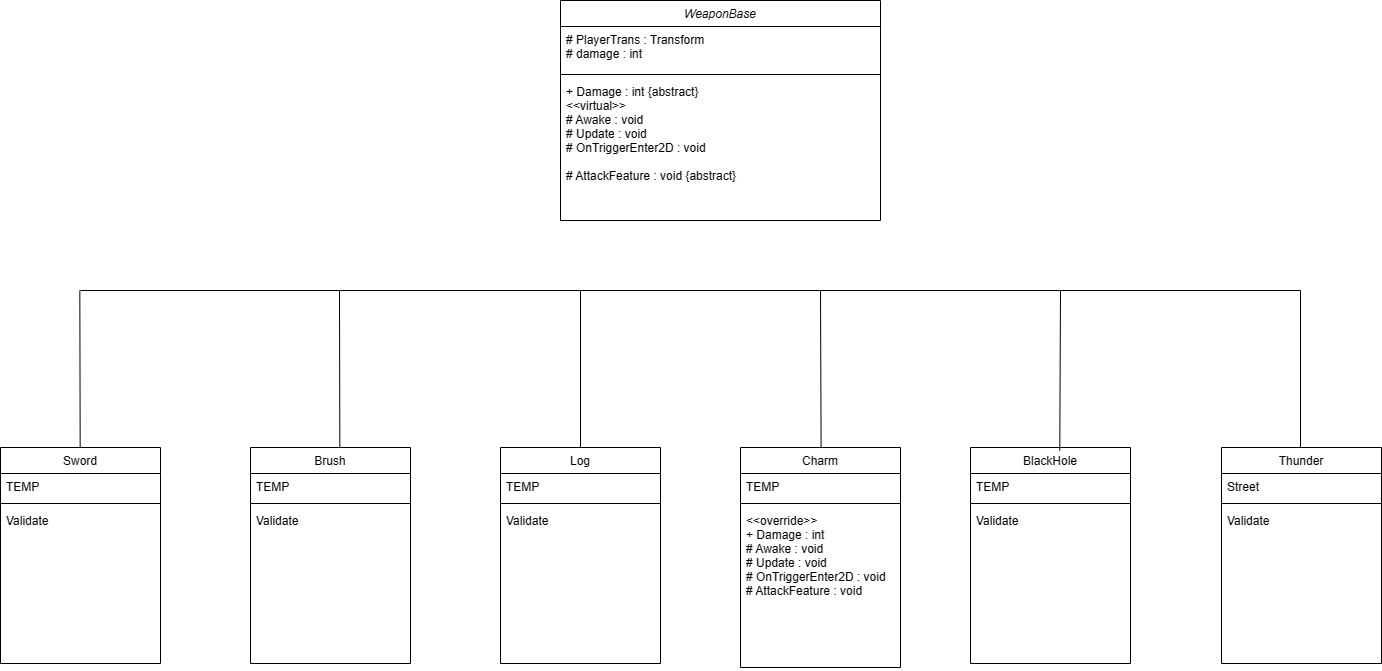
gdevhun/SBSAcademy_TeamProject keeps this draw.io diagram as WeaponBase.drawio.png. Above is the earlier version. Source tidied: cells renumbered, new cells last; positions are measured from the earlier drawing's top-left corner, leaving out a move shared by most shapes.
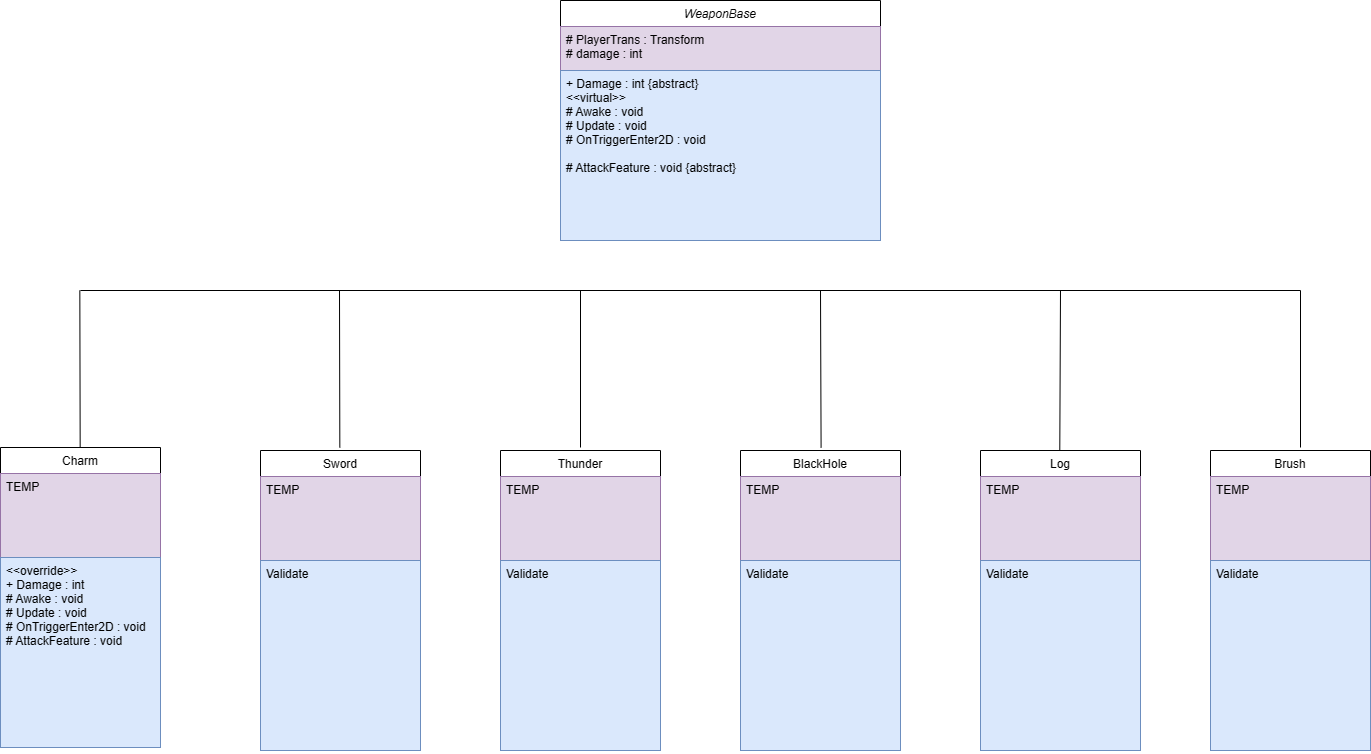
The same file after the commit.

The edit, as a diff of the source:
```diff
@@ -3,91 +3,32 @@
     <mxCell id="0" />
     <mxCell id="1" parent="0" />
     <mxCell id="2" value="WeaponBase" style="swimlane;fontStyle=2;align=center;verticalAlign=top;horizontal=1;startSize=26;rounded=0;shadow=0;strokeWidth=1;" parent="1" vertex="1">
-      <mxGeometry x="560" width="320" height="220" as="geometry" />
+      <mxGeometry x="560" width="320" height="240" as="geometry" />
     </mxCell>
-    <mxCell id="3" value="# PlayerTrans : Transform&#10;# damage : int" style="text;align=left;verticalAlign=top;spacingLeft=4;spacingRight=4;overflow=hidden;" parent="2" vertex="1">
+    <mxCell id="3" value="# PlayerTrans : Transform&#10;# damage : int" style="text;align=left;verticalAlign=top;spacingLeft=4;spacingRight=4;overflow=hidden;fillColor=#e1d5e7;strokeColor=#9673a6;" parent="2" vertex="1">
       <mxGeometry y="26" width="320" height="44" as="geometry" />
     </mxCell>
     <mxCell id="4" style="line;html=1;strokeWidth=1;align=left;verticalAlign=middle;spacingTop=-1;spacingLeft=3;spacingRight=3;labelPosition=right;" parent="2" vertex="1">
-      <mxGeometry y="70" width="320" height="8" as="geometry" />
+      <mxGeometry y="70" width="320" as="geometry" />
     </mxCell>
-    <mxCell id="5" value="+ Damage : int {abstract}&#10;&lt;&lt;virtual&gt;&gt;&#10;# Awake : void&#10;# Update : void&#10;# OnTriggerEnter2D : void&#10;&#10;# AttackFeature : void {abstract}" style="text;align=left;verticalAlign=top;spacingLeft=4;spacingRight=4;overflow=hidden;" parent="2" vertex="1">
-      <mxGeometry y="78" width="320" height="108" as="geometry" />
+    <mxCell id="5" value="+ Damage : int {abstract}&#10;&lt;&lt;virtual&gt;&gt;&#10;# Awake : void&#10;# Update : void&#10;# OnTriggerEnter2D : void&#10;&#10;# AttackFeature : void {abstract}" style="text;align=left;verticalAlign=top;spacingLeft=4;spacingRight=4;overflow=hidden;fillColor=#dae8fc;strokeColor=#6c8ebf;" parent="2" vertex="1">
+      <mxGeometry y="70" width="320" height="170" as="geometry" />
     </mxCell>
-    <mxCell id="6" value="Log" style="swimlane;fontStyle=0;align=center;verticalAlign=top;horizontal=1;startSize=26;rounded=0;shadow=0;strokeWidth=1;" parent="1" vertex="1">
-      <mxGeometry x="500" y="447" width="160" height="216" as="geometry" />
-    </mxCell>
-    <mxCell id="7" value="TEMP" style="text;align=left;verticalAlign=top;spacingLeft=4;spacingRight=4;overflow=hidden;" parent="6" vertex="1">
-      <mxGeometry y="26" width="160" height="26" as="geometry" />
-    </mxCell>
-    <mxCell id="8" style="line;html=1;strokeWidth=1;align=left;verticalAlign=middle;spacingTop=-1;spacingLeft=3;spacingRight=3;labelPosition=right;" parent="6" vertex="1">
-      <mxGeometry y="52" width="160" height="8" as="geometry" />
-    </mxCell>
-    <mxCell id="9" value="Validate" style="text;align=left;verticalAlign=top;spacingLeft=4;spacingRight=4;overflow=hidden;" parent="6" vertex="1">
-      <mxGeometry y="60" width="160" height="26" as="geometry" />
-    </mxCell>
-    <mxCell id="10" value="Brush" style="swimlane;fontStyle=0;align=center;verticalAlign=top;horizontal=1;startSize=26;rounded=0;shadow=0;strokeWidth=1;" parent="1" vertex="1">
-      <mxGeometry x="250" y="447" width="160" height="216" as="geometry" />
-    </mxCell>
-    <mxCell id="11" value="TEMP" style="text;align=left;verticalAlign=top;spacingLeft=4;spacingRight=4;overflow=hidden;" parent="10" vertex="1">
-      <mxGeometry y="26" width="160" height="26" as="geometry" />
-    </mxCell>
-    <mxCell id="12" style="line;html=1;strokeWidth=1;align=left;verticalAlign=middle;spacingTop=-1;spacingLeft=3;spacingRight=3;labelPosition=right;" parent="10" vertex="1">
-      <mxGeometry y="52" width="160" height="8" as="geometry" />
-    </mxCell>
-    <mxCell id="13" value="Validate" style="text;align=left;verticalAlign=top;spacingLeft=4;spacingRight=4;overflow=hidden;" parent="10" vertex="1">
-      <mxGeometry y="60" width="160" height="26" as="geometry" />
-    </mxCell>
-    <mxCell id="14" value="Sword" style="swimlane;fontStyle=0;align=center;verticalAlign=top;horizontal=1;startSize=26;rounded=0;shadow=0;strokeWidth=1;" parent="1" vertex="1">
-      <mxGeometry y="447" width="160" height="216" as="geometry" />
+    <mxCell id="14" value="Charm" style="swimlane;fontStyle=0;align=center;verticalAlign=top;horizontal=1;startSize=26;rounded=0;shadow=0;strokeWidth=1;" parent="1" vertex="1">
+      <mxGeometry y="447" width="160" height="300" as="geometry" />
     </mxCell>
-    <mxCell id="15" value="TEMP" style="text;align=left;verticalAlign=top;spacingLeft=4;spacingRight=4;overflow=hidden;" parent="14" vertex="1">
-      <mxGeometry y="26" width="160" height="26" as="geometry" />
+    <mxCell id="15" value="TEMP" style="text;align=left;verticalAlign=top;spacingLeft=4;spacingRight=4;overflow=hidden;fillColor=#e1d5e7;strokeColor=#9673a6;" parent="14" vertex="1">
+      <mxGeometry y="26" width="160" height="84" as="geometry" />
     </mxCell>
-    <mxCell id="16" style="line;html=1;strokeWidth=1;align=left;verticalAlign=middle;spacingTop=-1;spacingLeft=3;spacingRight=3;labelPosition=right;" parent="14" vertex="1">
-      <mxGeometry y="52" width="160" height="8" as="geometry" />
+    <mxCell id="16" style="line;html=1;strokeWidth=1;align=left;verticalAlign=middle;spacingTop=-1;spacingLeft=3;spacingRight=3;labelPosition=right;fillColor=default;" parent="14" vertex="1">
+      <mxGeometry y="110" width="160" as="geometry" />
     </mxCell>
-    <mxCell id="17" value="Validate" style="text;align=left;verticalAlign=top;spacingLeft=4;spacingRight=4;overflow=hidden;" parent="14" vertex="1">
-      <mxGeometry y="60" width="160" height="26" as="geometry" />
+    <mxCell id="17" value="&lt;&lt;override&gt;&gt;&#10;+ Damage : int &#10;# Awake : void&#10;# Update : void&#10;# OnTriggerEnter2D : void&#10;# AttackFeature : void" style="text;align=left;verticalAlign=top;spacingLeft=4;spacingRight=4;overflow=hidden;fillColor=#dae8fc;strokeColor=#6c8ebf;" parent="14" vertex="1">
+      <mxGeometry y="110" width="160" height="190" as="geometry" />
     </mxCell>
-    <mxCell id="18" value="Charm" style="swimlane;fontStyle=0;align=center;verticalAlign=top;horizontal=1;startSize=26;rounded=0;shadow=0;strokeWidth=1;" parent="1" vertex="1">
-      <mxGeometry x="740" y="447" width="160" height="220" as="geometry" />
-    </mxCell>
-    <mxCell id="19" value="TEMP" style="text;align=left;verticalAlign=top;spacingLeft=4;spacingRight=4;overflow=hidden;" parent="18" vertex="1">
-      <mxGeometry y="26" width="160" height="26" as="geometry" />
-    </mxCell>
-    <mxCell id="20" style="line;html=1;strokeWidth=1;align=left;verticalAlign=middle;spacingTop=-1;spacingLeft=3;spacingRight=3;labelPosition=right;" parent="18" vertex="1">
-      <mxGeometry y="52" width="160" height="8" as="geometry" />
-    </mxCell>
-    <mxCell id="21" value="&lt;&lt;override&gt;&gt;&#10;+ Damage : int &#10;# Awake : void&#10;# Update : void&#10;# OnTriggerEnter2D : void&#10;# AttackFeature : void" style="text;align=left;verticalAlign=top;spacingLeft=4;spacingRight=4;overflow=hidden;" parent="18" vertex="1">
-      <mxGeometry y="60" width="160" height="160" as="geometry" />
-    </mxCell>
-    <mxCell id="22" value="Thunder" style="swimlane;fontStyle=0;align=center;verticalAlign=top;horizontal=1;startSize=26;rounded=0;shadow=0;strokeWidth=1;" parent="1" vertex="1">
-      <mxGeometry x="1221" y="447" width="160" height="216" as="geometry" />
-    </mxCell>
-    <mxCell id="23" value="Street" style="text;align=left;verticalAlign=top;spacingLeft=4;spacingRight=4;overflow=hidden;" parent="22" vertex="1">
-      <mxGeometry y="26" width="160" height="26" as="geometry" />
-    </mxCell>
-    <mxCell id="24" style="line;html=1;strokeWidth=1;align=left;verticalAlign=middle;spacingTop=-1;spacingLeft=3;spacingRight=3;labelPosition=right;" parent="22" vertex="1">
-      <mxGeometry y="52" width="160" height="8" as="geometry" />
-    </mxCell>
-    <mxCell id="25" value="Validate" style="text;align=left;verticalAlign=top;spacingLeft=4;spacingRight=4;overflow=hidden;" parent="22" vertex="1">
-      <mxGeometry y="60" width="160" height="26" as="geometry" />
-    </mxCell>
-    <mxCell id="26" value="BlackHole" style="swimlane;fontStyle=0;align=center;verticalAlign=top;horizontal=1;startSize=26;rounded=0;shadow=0;strokeWidth=1;" parent="1" vertex="1">
-      <mxGeometry x="970" y="447" width="160" height="216" as="geometry" />
-    </mxCell>
-    <mxCell id="27" value="TEMP" style="text;align=left;verticalAlign=top;spacingLeft=4;spacingRight=4;overflow=hidden;" parent="26" vertex="1">
-      <mxGeometry y="26" width="160" height="26" as="geometry" />
-    </mxCell>
-    <mxCell id="28" style="line;html=1;strokeWidth=1;align=left;verticalAlign=middle;spacingTop=-1;spacingLeft=3;spacingRight=3;labelPosition=right;" parent="26" vertex="1">
-      <mxGeometry y="52" width="160" height="8" as="geometry" />
-    </mxCell>
-    <mxCell id="29" value="Validate" style="text;align=left;verticalAlign=top;spacingLeft=4;spacingRight=4;overflow=hidden;" parent="26" vertex="1">
-      <mxGeometry y="60" width="160" height="26" as="geometry" />
-    </mxCell>
-    <mxCell id="30" style="endArrow=none;html=1;rounded=0;exitX=0.5;exitY=0;exitDx=0;exitDy=0;" parent="1" edge="1" source="6">
+    <mxCell id="30" style="endArrow=none;html=1;rounded=0;exitX=0.5;exitY=0;exitDx=0;exitDy=0;" parent="1" edge="1">
       <mxGeometry relative="1" as="geometry">
+        <mxPoint x="580" y="447" as="sourcePoint" />
         <mxPoint x="580" y="290" as="targetPoint" />
       </mxGeometry>
     </mxCell>
@@ -109,8 +50,9 @@
         <mxPoint x="820" y="290" as="targetPoint" />
       </mxGeometry>
     </mxCell>
-    <mxCell id="34" style="endArrow=none;html=1;rounded=0;exitX=0.558;exitY=0.014;exitDx=0;exitDy=0;exitPerimeter=0;" parent="1" edge="1" source="26">
+    <mxCell id="34" style="endArrow=none;html=1;rounded=0;exitX=0.558;exitY=0.014;exitDx=0;exitDy=0;exitPerimeter=0;" parent="1" edge="1">
       <mxGeometry relative="1" as="geometry">
+        <mxPoint x="1059.3" y="451" as="sourcePoint" />
         <mxPoint x="1060" y="290" as="targetPoint" />
       </mxGeometry>
     </mxCell>
@@ -126,5 +68,65 @@
         <mxPoint x="79.3" y="290" as="targetPoint" />
       </mxGeometry>
     </mxCell>
+    <mxCell id="37" value="Sword" style="swimlane;fontStyle=0;align=center;verticalAlign=top;horizontal=1;startSize=26;rounded=0;shadow=0;strokeWidth=1;" parent="1" vertex="1">
+      <mxGeometry x="260" y="450" width="160" height="300" as="geometry" />
+    </mxCell>
+    <mxCell id="38" value="TEMP" style="text;align=left;verticalAlign=top;spacingLeft=4;spacingRight=4;overflow=hidden;fillColor=#e1d5e7;strokeColor=#9673a6;" parent="37" vertex="1">
+      <mxGeometry y="26" width="160" height="84" as="geometry" />
+    </mxCell>
+    <mxCell id="39" style="line;html=1;strokeWidth=1;align=left;verticalAlign=middle;spacingTop=-1;spacingLeft=3;spacingRight=3;labelPosition=right;fillColor=default;" parent="37" vertex="1">
+      <mxGeometry y="110" width="160" as="geometry" />
+    </mxCell>
+    <mxCell id="40" value="Validate" style="text;align=left;verticalAlign=top;spacingLeft=4;spacingRight=4;overflow=hidden;fillColor=#dae8fc;strokeColor=#6c8ebf;" parent="37" vertex="1">
+      <mxGeometry y="110" width="160" height="190" as="geometry" />
+    </mxCell>
+    <mxCell id="22" value="Thunder" style="swimlane;fontStyle=0;align=center;verticalAlign=top;horizontal=1;startSize=26;rounded=0;shadow=0;strokeWidth=1;" parent="1" vertex="1">
+      <mxGeometry x="500" y="450" width="160" height="300" as="geometry" />
+    </mxCell>
+    <mxCell id="41" value="TEMP" style="text;align=left;verticalAlign=top;spacingLeft=4;spacingRight=4;overflow=hidden;fillColor=#e1d5e7;strokeColor=#9673a6;" parent="22" vertex="1">
+      <mxGeometry y="26" width="160" height="84" as="geometry" />
+    </mxCell>
+    <mxCell id="42" style="line;html=1;strokeWidth=1;align=left;verticalAlign=middle;spacingTop=-1;spacingLeft=3;spacingRight=3;labelPosition=right;fillColor=default;" parent="22" vertex="1">
+      <mxGeometry y="110" width="160" as="geometry" />
+    </mxCell>
+    <mxCell id="43" value="Validate" style="text;align=left;verticalAlign=top;spacingLeft=4;spacingRight=4;overflow=hidden;fillColor=#dae8fc;strokeColor=#6c8ebf;" parent="22" vertex="1">
+      <mxGeometry y="110" width="160" height="190" as="geometry" />
+    </mxCell>
+    <mxCell id="6" value="Log" style="swimlane;fontStyle=0;align=center;verticalAlign=top;horizontal=1;startSize=26;rounded=0;shadow=0;strokeWidth=1;" parent="1" vertex="1">
+      <mxGeometry x="980" y="450" width="160" height="300" as="geometry" />
+    </mxCell>
+    <mxCell id="44" value="TEMP" style="text;align=left;verticalAlign=top;spacingLeft=4;spacingRight=4;overflow=hidden;fillColor=#e1d5e7;strokeColor=#9673a6;" parent="6" vertex="1">
+      <mxGeometry y="26" width="160" height="84" as="geometry" />
+    </mxCell>
+    <mxCell id="45" style="line;html=1;strokeWidth=1;align=left;verticalAlign=middle;spacingTop=-1;spacingLeft=3;spacingRight=3;labelPosition=right;fillColor=default;" parent="6" vertex="1">
+      <mxGeometry y="110" width="160" as="geometry" />
+    </mxCell>
+    <mxCell id="46" value="Validate" style="text;align=left;verticalAlign=top;spacingLeft=4;spacingRight=4;overflow=hidden;fillColor=#dae8fc;strokeColor=#6c8ebf;" parent="6" vertex="1">
+      <mxGeometry y="110" width="160" height="190" as="geometry" />
+    </mxCell>
+    <mxCell id="10" value="Brush" style="swimlane;fontStyle=0;align=center;verticalAlign=top;horizontal=1;startSize=26;rounded=0;shadow=0;strokeWidth=1;" parent="1" vertex="1">
+      <mxGeometry x="1210" y="450" width="160" height="300" as="geometry" />
+    </mxCell>
+    <mxCell id="47" value="TEMP" style="text;align=left;verticalAlign=top;spacingLeft=4;spacingRight=4;overflow=hidden;fillColor=#e1d5e7;strokeColor=#9673a6;" parent="10" vertex="1">
+      <mxGeometry y="26" width="160" height="84" as="geometry" />
+    </mxCell>
+    <mxCell id="48" style="line;html=1;strokeWidth=1;align=left;verticalAlign=middle;spacingTop=-1;spacingLeft=3;spacingRight=3;labelPosition=right;fillColor=default;" parent="10" vertex="1">
+      <mxGeometry y="110" width="160" as="geometry" />
+    </mxCell>
+    <mxCell id="49" value="Validate" style="text;align=left;verticalAlign=top;spacingLeft=4;spacingRight=4;overflow=hidden;fillColor=#dae8fc;strokeColor=#6c8ebf;" parent="10" vertex="1">
+      <mxGeometry y="110" width="160" height="190" as="geometry" />
+    </mxCell>
+    <mxCell id="26" value="BlackHole" style="swimlane;fontStyle=0;align=center;verticalAlign=top;horizontal=1;startSize=26;rounded=0;shadow=0;strokeWidth=1;" parent="1" vertex="1">
+      <mxGeometry x="740" y="450" width="160" height="300" as="geometry" />
+    </mxCell>
+    <mxCell id="50" value="TEMP" style="text;align=left;verticalAlign=top;spacingLeft=4;spacingRight=4;overflow=hidden;fillColor=#e1d5e7;strokeColor=#9673a6;" parent="26" vertex="1">
+      <mxGeometry y="26" width="160" height="84" as="geometry" />
+    </mxCell>
+    <mxCell id="51" style="line;html=1;strokeWidth=1;align=left;verticalAlign=middle;spacingTop=-1;spacingLeft=3;spacingRight=3;labelPosition=right;fillColor=default;" parent="26" vertex="1">
+      <mxGeometry y="110" width="160" as="geometry" />
+    </mxCell>
+    <mxCell id="52" value="Validate" style="text;align=left;verticalAlign=top;spacingLeft=4;spacingRight=4;overflow=hidden;fillColor=#dae8fc;strokeColor=#6c8ebf;" parent="26" vertex="1">
+      <mxGeometry y="110" width="160" height="190" as="geometry" />
+    </mxCell>
   </root>
 </mxGraphModel>
```
